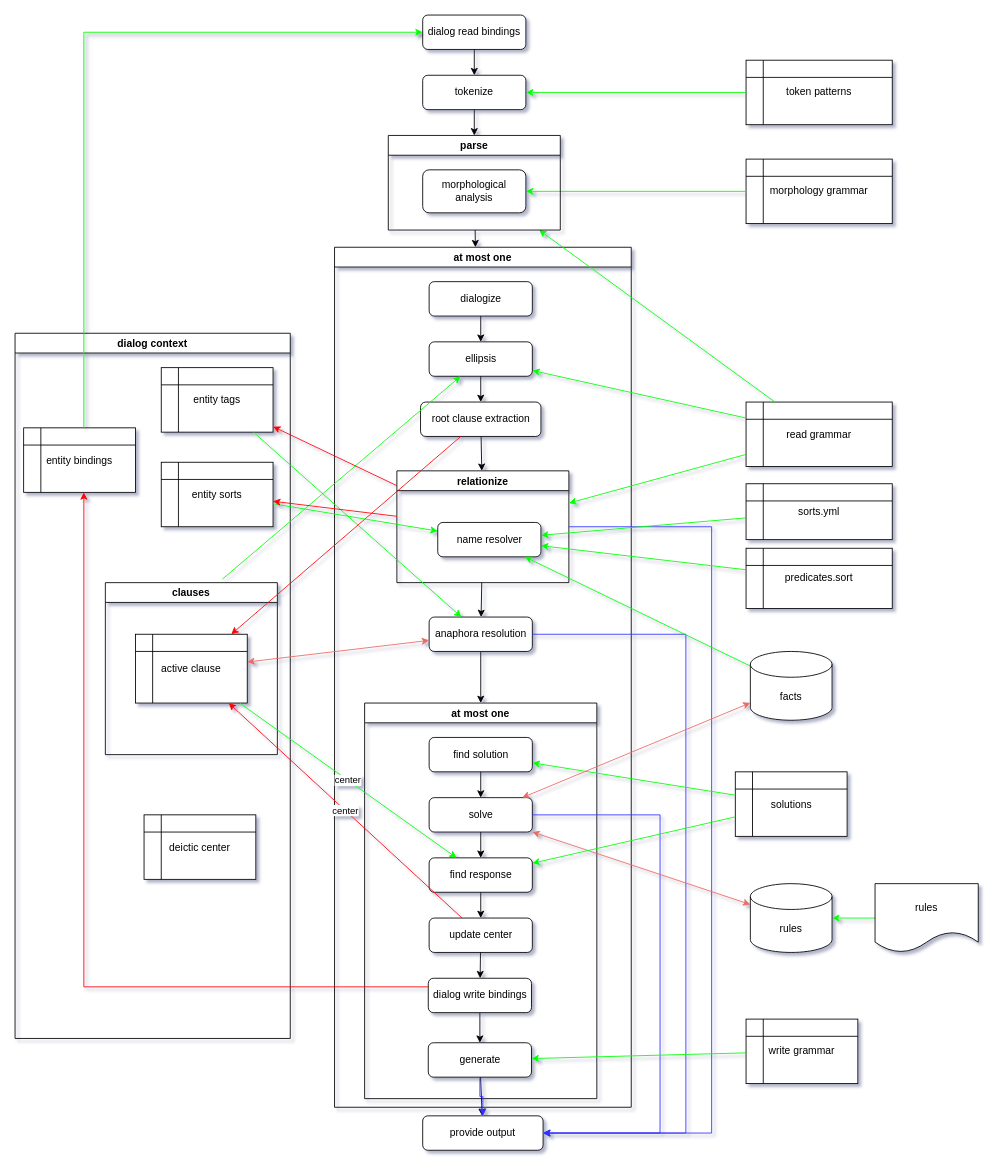
The draw.io diagram doc/diagram/system1.drawio in garfix/nli-go, before the edit. Source tidied: cells renumbered, new cells numbered last; positions are measured from the earlier drawing's top-left corner, leaving out a move shared by most shapes. Both pictures are drawn from the tidied source at 86%, with x=0, y=0 at pixel (15, 15).
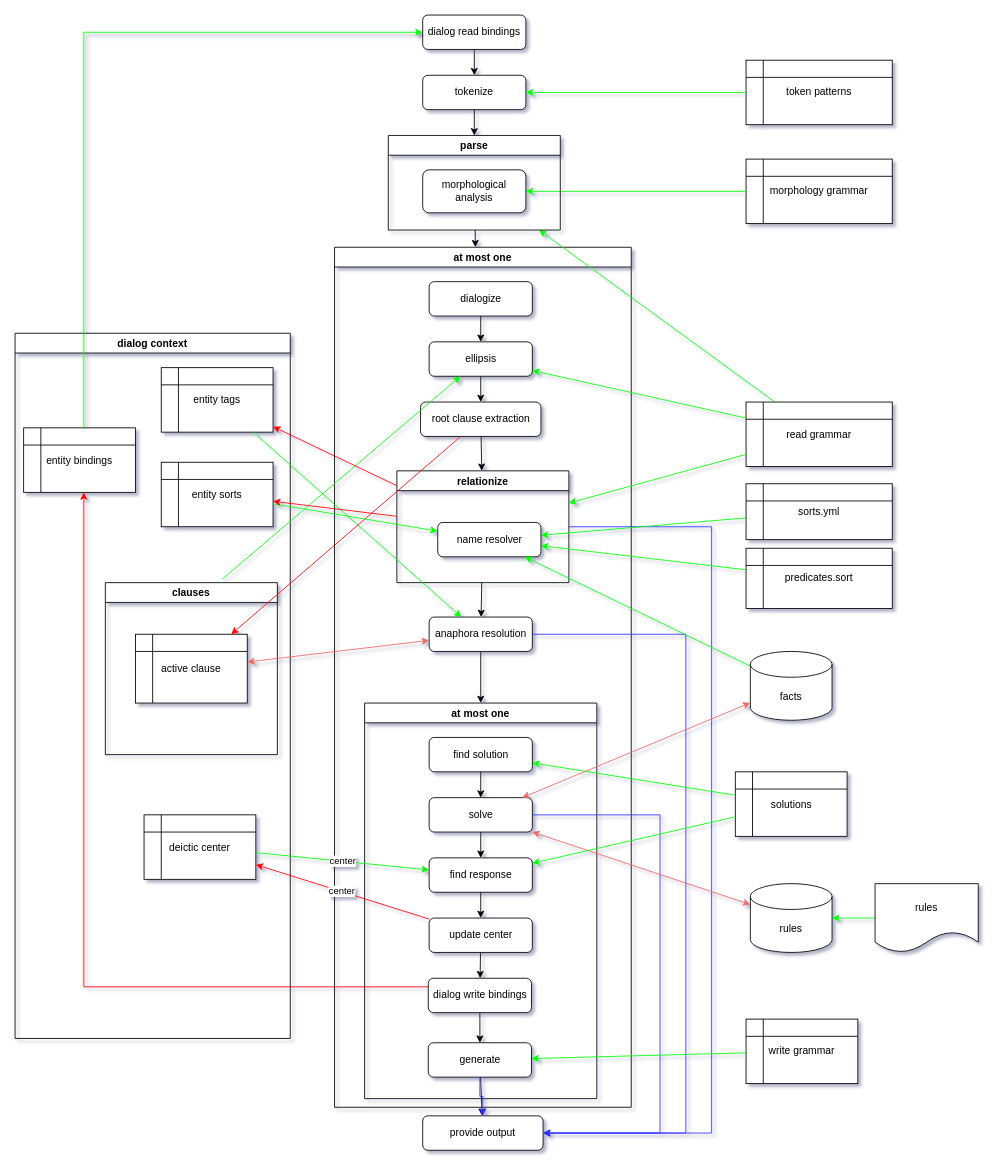
The same page after the edit.

Unchanged cells that the change refers to:
```xml
<mxCell id="16" value="find response" style="rounded=1;whiteSpace=wrap;html=1;" parent="12" vertex="1">
  <mxGeometry x="75" y="180" width="120" height="40" as="geometry" />
</mxCell>
<mxCell id="20" value="update center" style="rounded=1;whiteSpace=wrap;html=1;" parent="12" vertex="1">
  <mxGeometry x="75" y="250" width="120" height="40" as="geometry" />
</mxCell>
<mxCell id="42" value="deictic center" style="shape=internalStorage;whiteSpace=wrap;html=1;backgroundOutline=1;" parent="40" vertex="1">
  <mxGeometry x="150" y="560" width="130" height="75" as="geometry" />
</mxCell>
<mxCell id="45" value="active clause" style="shape=internalStorage;whiteSpace=wrap;html=1;backgroundOutline=1;" parent="44" vertex="1">
  <mxGeometry x="35" y="60" width="130" height="80" as="geometry" />
</mxCell>
```

What changed in the source:
```diff
@@
-    <mxCell id="57" value="center" style="endArrow=classic;html=1;rounded=0;strokeColor=#FF0000;" parent="1" edge="1" source="20" target="45">
+    <mxCell id="57" value="center" style="endArrow=classic;html=1;rounded=0;strokeColor=#FF0000;" parent="1" edge="1" source="20" target="42">
       <mxGeometry relative="1" as="geometry" />
     </mxCell>
@@
-    <mxCell id="66" value="center" style="endArrow=classic;html=1;rounded=0;strokeColor=#00FF00;" parent="1" edge="1" source="45" target="16">
+    <mxCell id="66" value="center" style="endArrow=classic;html=1;rounded=0;strokeColor=#00FF00;" parent="1" edge="1" source="42" target="16">
       <mxGeometry relative="1" as="geometry" />
     </mxCell>
```
